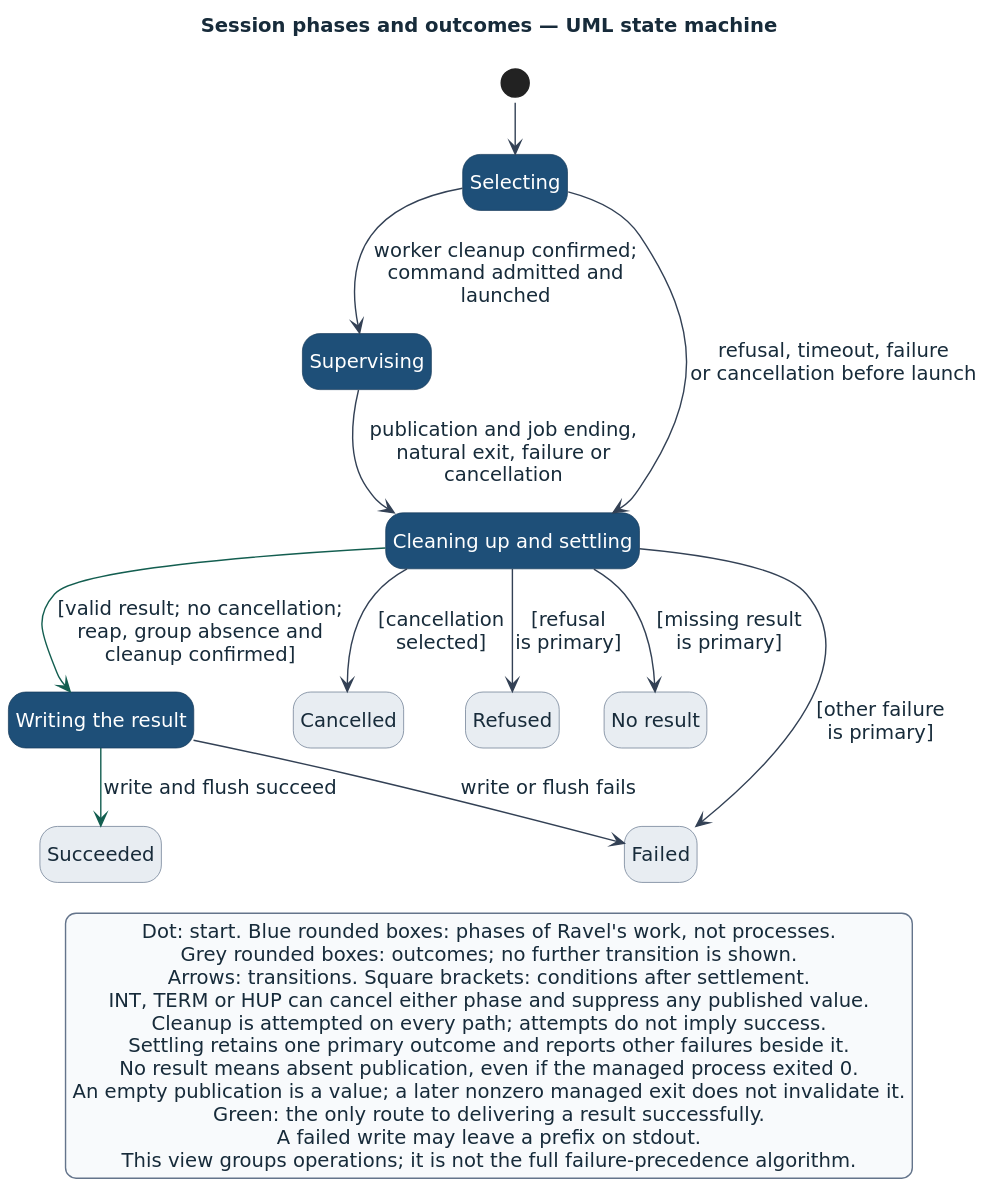
Earlier version of the PlantUML export docs/book/src/figures/session-outcomes.svg (Linkuistics/Ravel). Its source is kept beside it as docs/book/src/figures/session-outcomes.puml. Its diagram source:
```plantuml
@startuml
!pragma layout smetana
!include _uml-style.puml
title Session phases and outcomes — UML state machine
hide empty description
hide stereotype

state "Selecting" as Selecting
state "Supervising" as Supervising
state "Cleaning up and settling" as Settling
state "Writing the result" as Writing
state "Cancelled" as Cancelled <<outcome>>
state "Refused" as Refused <<outcome>>
state "No result" as Missing <<outcome>>
state "Failed" as Failed <<outcome>>
state "Succeeded" as Succeeded <<outcome>>

[*] --> Selecting
Selecting --> Supervising : worker cleanup confirmed;\ncommand admitted and launched
Selecting --> Settling : refusal, timeout, failure\nor cancellation before launch
Supervising --> Settling : publication and job ending,\nnatural exit, failure or cancellation
Settling --> Cancelled : [cancellation\nselected]
Settling --> Refused : [refusal\nis primary]
Settling --> Missing : [missing result\nis primary]
Settling --> Failed : [other failure\nis primary]
Settling -[#135E50]-> Writing : [valid result; no cancellation;\nreap, group absence and cleanup confirmed]
Writing -[#135E50]-> Succeeded : write and flush succeed
Writing --> Failed : write or flush fails

legend bottom
  Dot: start. Blue rounded boxes: phases of Ravel's work, not processes.
  Grey rounded boxes: outcomes; no further transition is shown.
  Arrows: transitions. Square brackets: conditions after settlement.
  INT, TERM or HUP can cancel either phase and suppress any published value.
  Cleanup is attempted on every path; attempts do not imply success.
  Settling retains one primary outcome and reports other failures beside it.
  No result means absent publication, even if the managed process exited 0.
  An empty publication is a value; a later nonzero managed exit does not invalidate it.
  Green: the only route to delivering a result successfully.
  A failed write may leave a prefix on stdout.
  This view groups operations; it is not the full failure-precedence algorithm.
endlegend
@enduml
```
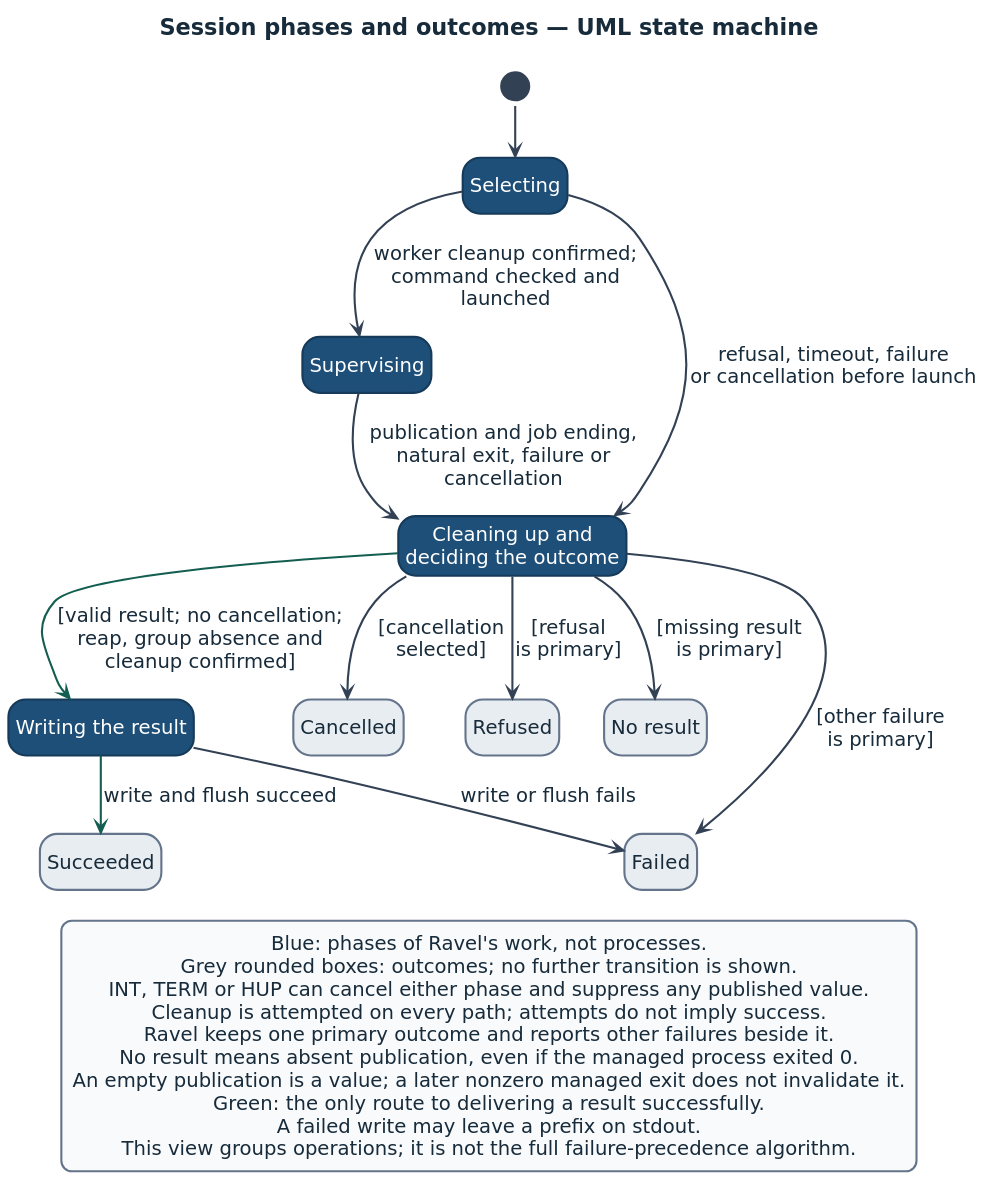
After the change.

Change to the diagram source:
```diff
@@ -7,7 +7,7 @@
 
 state "Selecting" as Selecting
 state "Supervising" as Supervising
-state "Cleaning up and settling" as Settling
+state "Cleaning up and\ndeciding the outcome" as Settling
 state "Writing the result" as Writing
 state "Cancelled" as Cancelled <<outcome>>
 state "Refused" as Refused <<outcome>>
@@ -16,7 +16,7 @@
 state "Succeeded" as Succeeded <<outcome>>
 
 [*] --> Selecting
-Selecting --> Supervising : worker cleanup confirmed;\ncommand admitted and launched
+Selecting --> Supervising : worker cleanup confirmed;\ncommand checked and launched
 Selecting --> Settling : refusal, timeout, failure\nor cancellation before launch
 Supervising --> Settling : publication and job ending,\nnatural exit, failure or cancellation
 Settling --> Cancelled : [cancellation\nselected]
@@ -28,12 +28,11 @@
 Writing --> Failed : write or flush fails
 
 legend bottom
-  Dot: start. Blue rounded boxes: phases of Ravel's work, not processes.
+  Blue: phases of Ravel's work, not processes.
   Grey rounded boxes: outcomes; no further transition is shown.
-  Arrows: transitions. Square brackets: conditions after settlement.
   INT, TERM or HUP can cancel either phase and suppress any published value.
   Cleanup is attempted on every path; attempts do not imply success.
-  Settling retains one primary outcome and reports other failures beside it.
+  Ravel keeps one primary outcome and reports other failures beside it.
   No result means absent publication, even if the managed process exited 0.
   An empty publication is a value; a later nonzero managed exit does not invalidate it.
   Green: the only route to delivering a result successfully.
```
